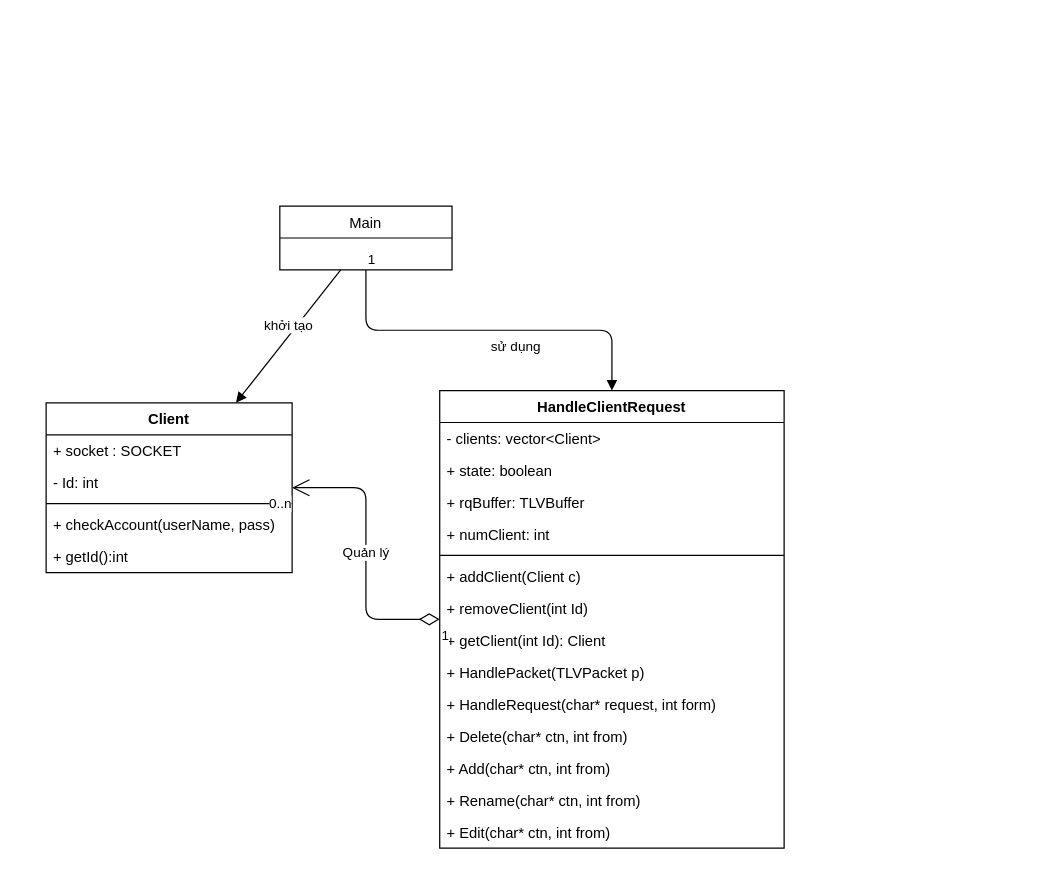
The draw.io diagram Project6/CMSSServer.drawio in haiduong183724/C-C-TrainingPlan, before the edit. Source tidied: cells renumbered, new cells numbered last; positions are measured from the earlier drawing's top-left corner, leaving out a move shared by most shapes. Both pictures are drawn from the tidied source at 123%, with x=0, y=0 at pixel (46, 205).
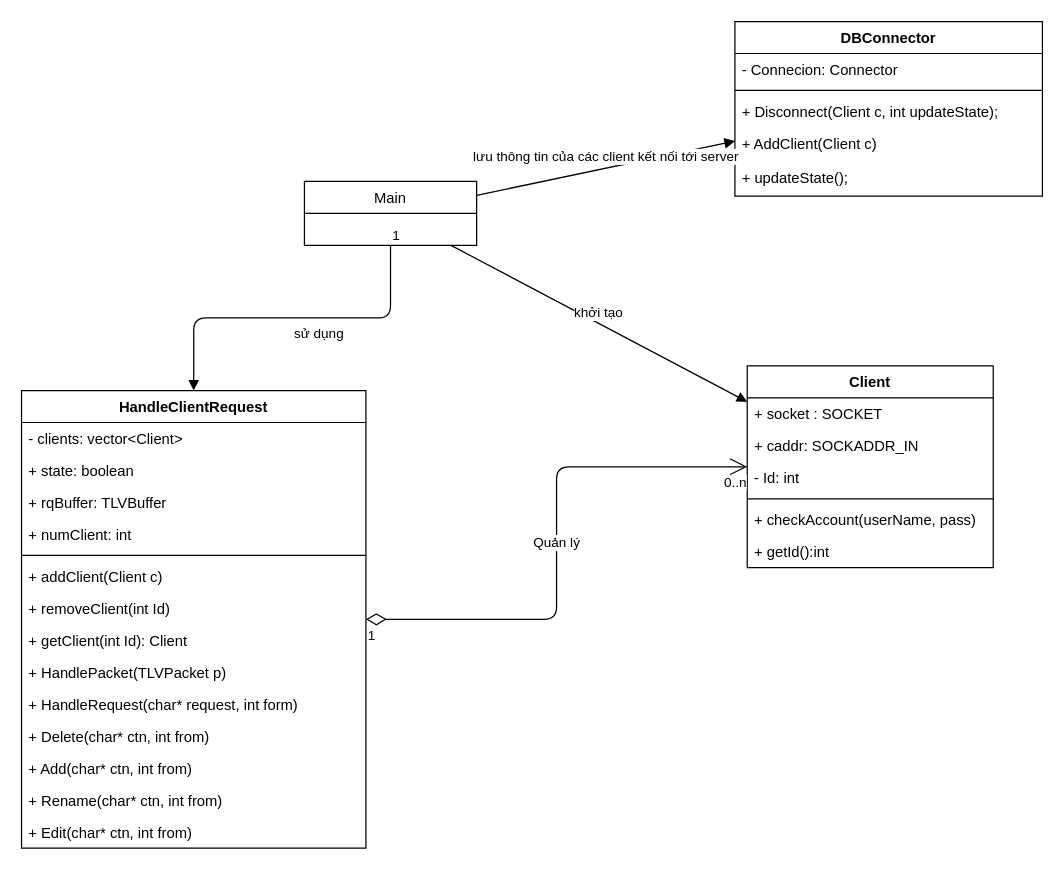
Above is the later version.

Diff of the diagram source:
```diff
@@
     <mxCell id="2" value="HandleClientRequest" style="swimlane;fontStyle=1;align=center;verticalAlign=top;horizontal=1;startSize=26;" parent="1" vertex="1">
-      <mxGeometry x="320" y="150" width="280" height="372" as="geometry" />
+      <mxGeometry x="-20" y="150" width="280" height="372" as="geometry" />
     </mxCell>
@@
     <mxCell id="17" value="Client" style="swimlane;fontStyle=1;align=center;verticalAlign=top;horizontal=1;startSize=26;" parent="1" vertex="1">
-      <mxGeometry y="160" width="200" height="138" as="geometry" />
+      <mxGeometry x="570" y="130" width="200" height="164" as="geometry" />
     </mxCell>
@@
+    <mxCell id="30" value="+ caddr: SOCKADDR_IN" style="text;strokeColor=none;fillColor=none;align=left;verticalAlign=top;spacingLeft=4;spacingRight=4;overflow=hidden;" parent="17" vertex="1">
+      <mxGeometry y="52" width="200" height="26" as="geometry" />
+    </mxCell>
     <mxCell id="19" value="- Id: int" style="text;strokeColor=none;fillColor=none;align=left;verticalAlign=top;spacingLeft=4;spacingRight=4;overflow=hidden;" parent="17" vertex="1">
-      <mxGeometry y="52" width="200" height="26" as="geometry" />
+      <mxGeometry y="78" width="200" height="26" as="geometry" />
     </mxCell>
     <mxCell id="20" style="line;strokeWidth=1;fillColor=none;align=left;verticalAlign=middle;spacingTop=-1;spacingLeft=3;spacingRight=3;labelPosition=right;" parent="17" vertex="1">
-      <mxGeometry y="78" width="200" height="8" as="geometry" />
+      <mxGeometry y="104" width="200" height="8" as="geometry" />
     </mxCell>
     <mxCell id="21" value="+ checkAccount(userName, pass)" style="text;strokeColor=none;fillColor=none;align=left;verticalAlign=top;spacingLeft=4;spacingRight=4;overflow=hidden;" parent="17" vertex="1">
-      <mxGeometry y="86" width="200" height="26" as="geometry" />
+      <mxGeometry y="112" width="200" height="26" as="geometry" />
     </mxCell>
     <mxCell id="22" value="+ getId():int" style="text;strokeColor=none;fillColor=none;align=left;verticalAlign=top;spacingLeft=4;spacingRight=4;overflow=hidden;" parent="17" vertex="1">
-      <mxGeometry y="112" width="200" height="26" as="geometry" />
+      <mxGeometry y="138" width="200" height="26" as="geometry" />
     </mxCell>
@@
     <mxCell id="26" value="Main" style="swimlane;fontStyle=0;horizontal=1;startSize=26;fillColor=none;" parent="1" vertex="1">
-      <mxGeometry x="190" width="140" height="52" as="geometry" />
+      <mxGeometry x="210" y="-20" width="140" height="52" as="geometry" />
     </mxCell>
@@
+    <mxCell id="31" value="DBConnector" style="swimlane;fontStyle=1;align=center;verticalAlign=top;horizontal=1;startSize=26;" parent="1" vertex="1">
+      <mxGeometry x="560" y="-150" width="250" height="142" as="geometry" />
+    </mxCell>
+    <mxCell id="32" value="- Connecion: Connector" style="text;strokeColor=none;fillColor=none;align=left;verticalAlign=top;spacingLeft=4;spacingRight=4;overflow=hidden;" parent="31" vertex="1">
+      <mxGeometry y="26" width="250" height="26" as="geometry" />
+    </mxCell>
+    <mxCell id="33" style="line;strokeWidth=1;fillColor=none;align=left;verticalAlign=middle;spacingTop=-1;spacingLeft=3;spacingRight=3;labelPosition=right;" parent="31" vertex="1">
+      <mxGeometry y="52" width="250" height="8" as="geometry" />
+    </mxCell>
+    <mxCell id="34" value="+ Disconnect(Client c, int updateState);" style="text;strokeColor=none;fillColor=none;align=left;verticalAlign=top;spacingLeft=4;spacingRight=4;overflow=hidden;" parent="31" vertex="1">
+      <mxGeometry y="60" width="250" height="26" as="geometry" />
+    </mxCell>
+    <mxCell id="35" value="+ AddClient(Client c)" style="text;strokeColor=none;fillColor=none;align=left;verticalAlign=top;spacingLeft=4;spacingRight=4;overflow=hidden;" parent="31" vertex="1">
+      <mxGeometry y="86" width="250" height="28" as="geometry" />
+    </mxCell>
+    <mxCell id="36" value="+ updateState();" style="text;strokeColor=none;fillColor=none;align=left;verticalAlign=top;spacingLeft=4;spacingRight=4;overflow=hidden;" parent="31" vertex="1">
+      <mxGeometry y="114" width="250" height="28" as="geometry" />
+    </mxCell>
+    <mxCell id="37" value="lưu thông tin của các client kết nối tới server" style="html=1;verticalAlign=bottom;endArrow=block;" parent="1" edge="1" source="26" target="31">
+      <mxGeometry relative="1" as="geometry" />
+    </mxCell>
```
